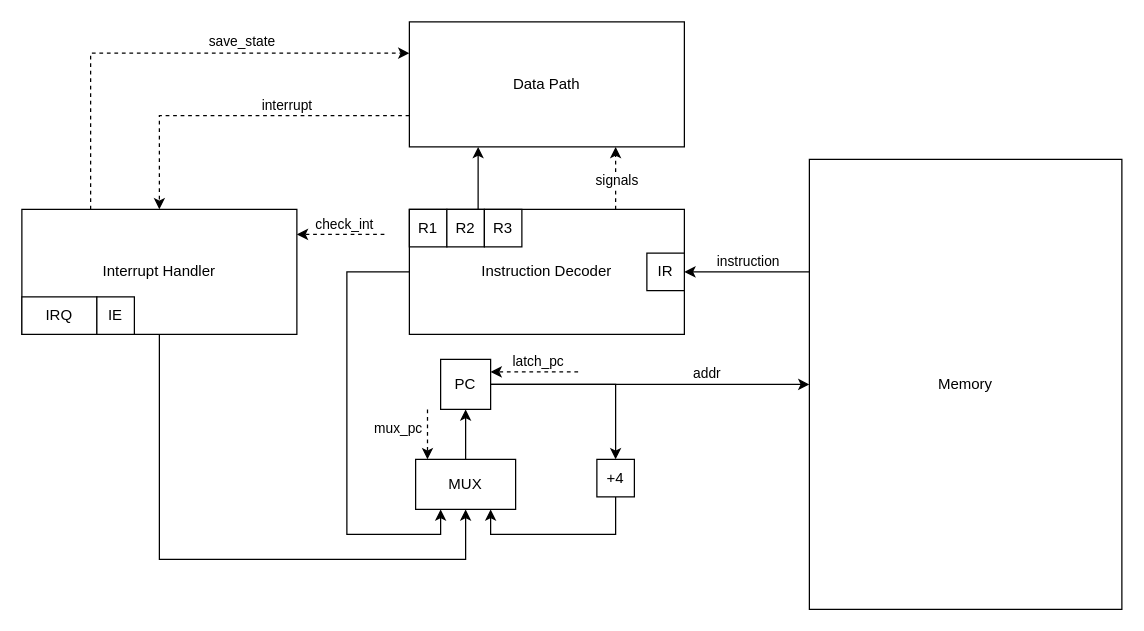
Before: media/source/control_unit.drawio in tenolly/csa-machine, a draw.io diagram. Source tidied: cells renumbered, new cells numbered last; positions are measured from the earlier drawing's top-left corner, leaving out a move shared by most shapes. Both pictures are drawn from the tidied source at 125%, with x=0, y=0 at pixel (21, 21).
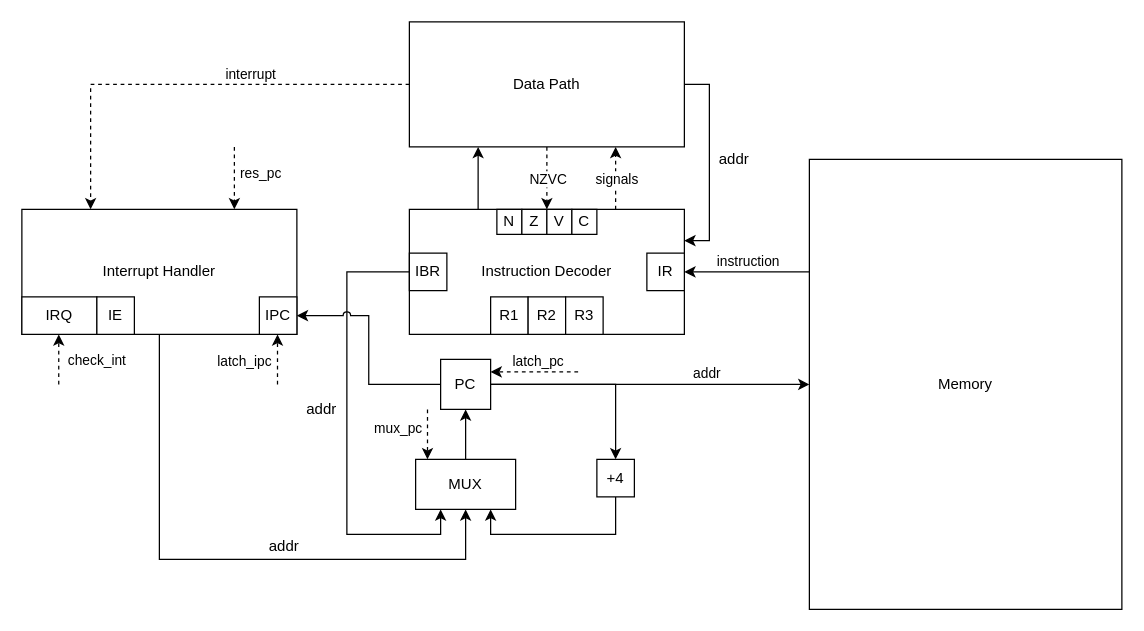
Above is the later version.

Commit message (it also covers changes not shown here):
update system of commands, datapath and control unit, add signals explanation

Unchanged cells that the change refers to:
```xml
<mxCell id="4" value="Data Path" style="rounded=0;whiteSpace=wrap;html=1;" parent="1" vertex="1">
  <mxGeometry x="310" width="220" height="100" as="geometry" />
</mxCell>
<mxCell id="11" value="PC" style="rounded=0;whiteSpace=wrap;html=1;" parent="1" vertex="1">
  <mxGeometry x="335" y="270" width="40" height="40" as="geometry" />
</mxCell>
<mxCell id="13" style="edgeStyle=orthogonalEdgeStyle;rounded=0;jettySize=auto;html=1;exitX=0.75;exitY=0;exitDx=0;exitDy=0;entryX=0.75;entryY=1;entryDx=0;entryDy=0;dashed=1;" parent="1" edge="1" source="16" target="4">
  <mxGeometry relative="1" as="geometry" />
</mxCell>
<mxCell id="16" value="Instruction Decoder" style="rounded=0;whiteSpace=wrap;html=1;" parent="1" vertex="1">
  <mxGeometry x="310" y="150" width="220" height="100" as="geometry" />
</mxCell>
<mxCell id="20" value="Interrupt Handler" style="rounded=0;whiteSpace=wrap;html=1;" parent="1" vertex="1">
  <mxGeometry y="150" width="220" height="100" as="geometry" />
</mxCell>
```

What changed in the source:
```diff
@@
-    <mxCell id="2" style="edgeStyle=orthogonalEdgeStyle;rounded=0;jettySize=auto;html=1;exitX=0;exitY=0.75;exitDx=0;exitDy=0;entryX=0.5;entryY=0;entryDx=0;entryDy=0;dashed=1;" parent="1" edge="1" source="4" target="20">
+    <mxCell id="2" style="edgeStyle=orthogonalEdgeStyle;rounded=0;jettySize=auto;html=1;exitX=0;exitY=0.5;exitDx=0;exitDy=0;dashed=1;entryX=0.25;entryY=0;entryDx=0;entryDy=0;" parent="1" edge="1" source="4" target="20">
       <mxGeometry relative="1" as="geometry" />
     </mxCell>
@@
+    <mxCell id="37" style="edgeStyle=orthogonalEdgeStyle;rounded=0;jettySize=auto;html=1;exitX=1;exitY=0.5;exitDx=0;exitDy=0;entryX=1;entryY=0.25;entryDx=0;entryDy=0;" parent="1" edge="1" source="4" target="16">
+      <mxGeometry relative="1" as="geometry" />
+    </mxCell>
@@
     <mxCell id="14" value="signals" style="edgeLabel;html=1;align=center;verticalAlign=middle;" parent="13" vertex="1">
       <mxGeometry x="-0.05" y="-2" relative="1" as="geometry">
-        <mxPoint x="-2" as="offset" />
+        <mxPoint x="-2" y="-1" as="offset" />
       </mxGeometry>
     </mxCell>
@@
-    <mxCell id="18" style="edgeStyle=orthogonalEdgeStyle;rounded=0;jettySize=auto;html=1;exitX=0.25;exitY=0;exitDx=0;exitDy=0;entryX=0;entryY=0.25;entryDx=0;entryDy=0;dashed=1;" parent="1" edge="1" source="20" target="4">
-      <mxGeometry relative="1" as="geometry" />
-    </mxCell>
-    <mxCell id="19" value="save_state" style="edgeLabel;html=1;align=center;verticalAlign=middle;" parent="18" vertex="1">
-      <mxGeometry x="0.29" y="2" relative="1" as="geometry">
-        <mxPoint y="-7" as="offset" />
-      </mxGeometry>
-    </mxCell>
@@
     <mxCell id="28" value="R1" style="rounded=0;whiteSpace=wrap;html=1;" parent="1" vertex="1">
-      <mxGeometry x="310" y="150" width="30" height="30" as="geometry" />
+      <mxGeometry x="375" y="220" width="30" height="30" as="geometry" />
     </mxCell>
     <mxCell id="29" value="R2" style="rounded=0;whiteSpace=wrap;html=1;" parent="1" vertex="1">
-      <mxGeometry x="340" y="150" width="30" height="30" as="geometry" />
+      <mxGeometry x="405" y="220" width="30" height="30" as="geometry" />
     </mxCell>
     <mxCell id="30" value="R3" style="rounded=0;whiteSpace=wrap;html=1;" parent="1" vertex="1">
-      <mxGeometry x="370" y="150" width="30" height="30" as="geometry" />
+      <mxGeometry x="435" y="220" width="30" height="30" as="geometry" />
     </mxCell>
@@
     <mxCell id="35" style="endArrow=classic;html=1;rounded=0;dashed=1;" parent="1" edge="1">
       <mxGeometry relative="1" as="geometry">
-        <mxPoint x="290" y="170" as="sourcePoint" />
-        <mxPoint x="220" y="170" as="targetPoint" />
+        <mxPoint x="29.5" y="290" as="sourcePoint" />
+        <mxPoint x="29.5" y="250" as="targetPoint" />
       </mxGeometry>
     </mxCell>
     <mxCell id="36" value="check_int" style="edgeLabel;html=1;align=center;verticalAlign=middle;" parent="35" vertex="1">
       <mxGeometry x="-0.06" y="-1" relative="1" as="geometry">
-        <mxPoint y="-8" as="offset" />
+        <mxPoint x="29" y="-1" as="offset" />
       </mxGeometry>
     </mxCell>
+    <mxCell id="38" style="endArrow=classic;html=1;rounded=0;dashed=1;exitX=0.5;exitY=1;exitDx=0;exitDy=0;" parent="1" edge="1" source="4">
+      <mxGeometry relative="1" as="geometry">
+        <mxPoint x="420" y="150" as="targetPoint" />
+      </mxGeometry>
+    </mxCell>
+    <mxCell id="39" value="NZVC" style="edgeLabel;html=1;align=center;verticalAlign=middle;" parent="38" vertex="1">
+      <mxGeometry x="-0.06" relative="1" as="geometry">
+        <mxPoint y="1" as="offset" />
+      </mxGeometry>
+    </mxCell>
+    <mxCell id="40" value="N" style="rounded=0;whiteSpace=wrap;html=1;" parent="1" vertex="1">
+      <mxGeometry x="380" y="150" width="20" height="20" as="geometry" />
+    </mxCell>
+    <mxCell id="41" value="Z" style="rounded=0;whiteSpace=wrap;html=1;" parent="1" vertex="1">
+      <mxGeometry x="400" y="150" width="20" height="20" as="geometry" />
+    </mxCell>
+    <mxCell id="42" value="V" style="rounded=0;whiteSpace=wrap;html=1;" parent="1" vertex="1">
+      <mxGeometry x="420" y="150" width="20" height="20" as="geometry" />
+    </mxCell>
+    <mxCell id="43" value="C" style="rounded=0;whiteSpace=wrap;html=1;" parent="1" vertex="1">
+      <mxGeometry x="440" y="150" width="20" height="20" as="geometry" />
+    </mxCell>
+    <mxCell id="44" value="addr" style="text;html=1;align=center;verticalAlign=middle;whiteSpace=wrap;rounded=0;" parent="1" vertex="1">
+      <mxGeometry x="550" y="100" width="40" height="20" as="geometry" />
+    </mxCell>
+    <mxCell id="45" value="addr" style="text;html=1;align=center;verticalAlign=middle;whiteSpace=wrap;rounded=0;" parent="1" vertex="1">
+      <mxGeometry x="220" y="300" width="40" height="20" as="geometry" />
+    </mxCell>
+    <mxCell id="46" value="addr" style="text;html=1;align=center;verticalAlign=middle;whiteSpace=wrap;rounded=0;" parent="1" vertex="1">
+      <mxGeometry x="190" y="410" width="40" height="20" as="geometry" />
+    </mxCell>
+    <mxCell id="47" value="IBR" style="rounded=0;whiteSpace=wrap;html=1;" parent="1" vertex="1">
+      <mxGeometry x="310" y="185" width="30" height="30" as="geometry" />
+    </mxCell>
+    <mxCell id="48" value="IPC" style="rounded=0;whiteSpace=wrap;html=1;" parent="1" vertex="1">
+      <mxGeometry x="190" y="220" width="30" height="30" as="geometry" />
+    </mxCell>
+    <mxCell id="49" style="edgeStyle=orthogonalEdgeStyle;rounded=0;jettySize=auto;html=1;exitX=0;exitY=0.5;exitDx=0;exitDy=0;entryX=1;entryY=0.5;entryDx=0;entryDy=0;jumpStyle=arc;" parent="1" edge="1" source="11" target="48">
+      <mxGeometry relative="1" as="geometry" />
+    </mxCell>
+    <mxCell id="50" style="endArrow=classic;html=1;rounded=0;dashed=1;" parent="1" edge="1">
+      <mxGeometry relative="1" as="geometry">
+        <mxPoint x="204.5" y="290" as="sourcePoint" />
+        <mxPoint x="204.5" y="250" as="targetPoint" />
+      </mxGeometry>
+    </mxCell>
+    <mxCell id="51" value="latch_ipc" style="edgeLabel;html=1;align=center;verticalAlign=middle;" parent="50" vertex="1">
+      <mxGeometry x="-0.06" y="2" relative="1" as="geometry">
+        <mxPoint x="-25" as="offset" />
+      </mxGeometry>
+    </mxCell>
+    <mxCell id="52" style="endArrow=classic;html=1;rounded=0;dashed=1;exitX=0.5;exitY=1;exitDx=0;exitDy=0;" parent="1" edge="1">
+      <mxGeometry relative="1" as="geometry">
+        <mxPoint x="170" y="100" as="sourcePoint" />
+        <mxPoint x="170" y="150" as="targetPoint" />
+      </mxGeometry>
+    </mxCell>
+    <mxCell id="53" value="res_pc" style="edgeLabel;html=1;align=center;verticalAlign=middle;" parent="52" vertex="1">
+      <mxGeometry x="-0.06" relative="1" as="geometry">
+        <mxPoint x="20" y="-4" as="offset" />
+      </mxGeometry>
+    </mxCell>
```
